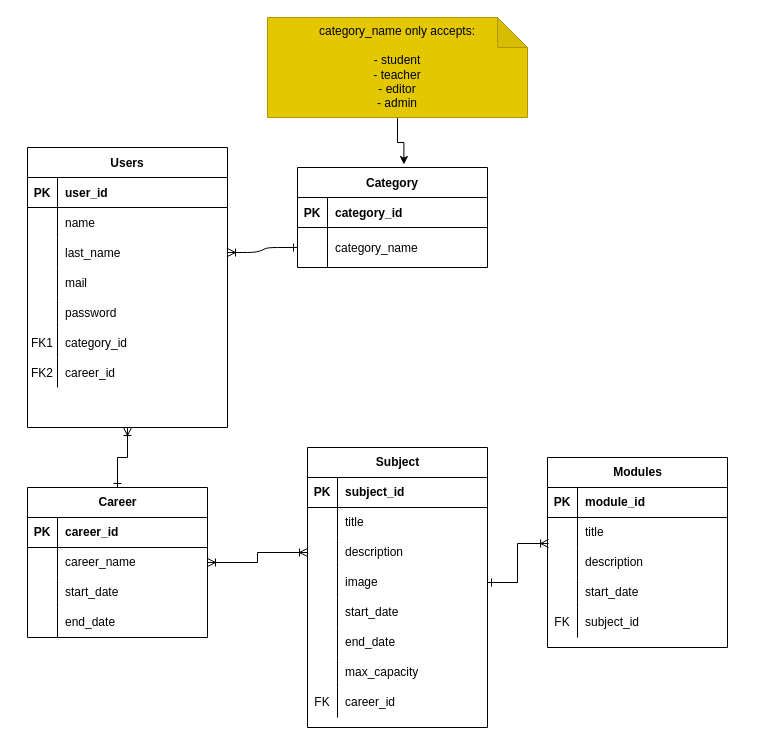
Before: playground.drawio in MilagrosSerrano/SQL, a draw.io diagram. Source tidied: cells renumbered, new cells numbered last; positions are measured from the earlier drawing's top-left corner, leaving out a move shared by most shapes. Both pictures are drawn from the tidied source at 100%, with x=0, y=0 at pixel (27, 17).
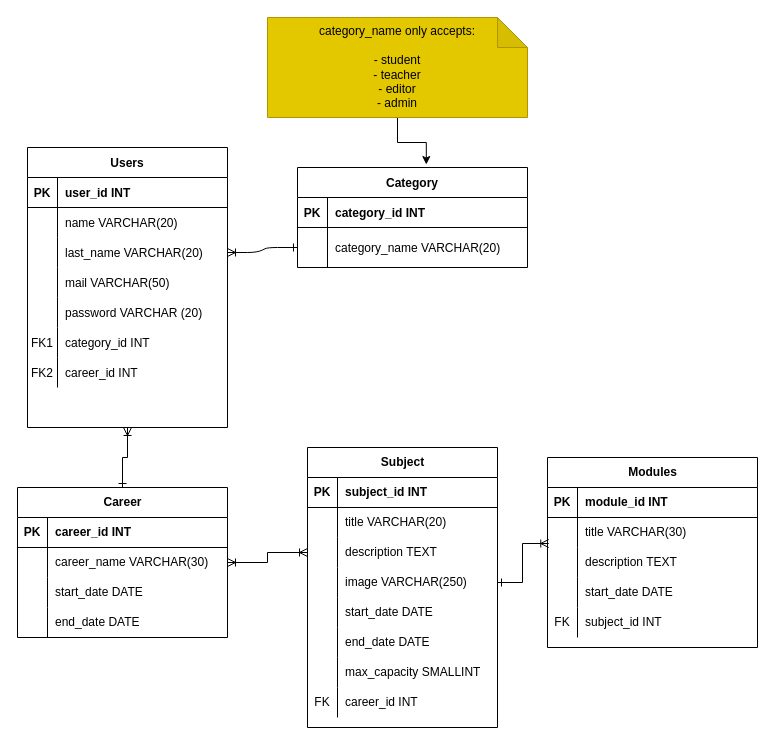
The same page after the edit.

The change refers to these unchanged cells:
```xml
<mxCell id="12" style="shape=partialRectangle;fillColor=none;top=0;left=0;right=0;bottom=1;" parent="11" vertex="1">
  <mxGeometry y="30" width="200" height="30" as="geometry" />
</mxCell>
<mxCell id="15" style="shape=partialRectangle;fillColor=none;top=0;left=0;right=0;bottom=0;" parent="11" vertex="1">
  <mxGeometry y="60" width="200" height="30" as="geometry" />
</mxCell>
<mxCell id="18" style="shape=partialRectangle;fillColor=none;points=[[0,0.5],[1,0.5]];portConstraint=eastwest;top=0;left=0;right=0;bottom=0;" parent="11" vertex="1">
  <mxGeometry y="90" width="200" height="30" as="geometry" />
</mxCell>
<mxCell id="21" style="shape=partialRectangle;fillColor=none;top=0;left=0;right=0;bottom=0;" parent="11" vertex="1">
  <mxGeometry y="120" width="200" height="30" as="geometry" />
</mxCell>
<mxCell id="24" style="shape=partialRectangle;fillColor=none;top=0;left=0;right=0;bottom=0;" parent="11" vertex="1">
  <mxGeometry y="150" width="200" height="30" as="geometry" />
</mxCell>
<mxCell id="27" style="shape=partialRectangle;fillColor=none;top=0;left=0;right=0;bottom=0;" parent="11" vertex="1">
  <mxGeometry y="180" width="200" height="30" as="geometry" />
</mxCell>
<mxCell id="30" style="shape=partialRectangle;fillColor=none;top=0;left=0;right=0;bottom=0;" parent="11" vertex="1">
  <mxGeometry y="210" width="200" height="30" as="geometry" />
</mxCell>
```

Change to the diagram source:
```diff
@@
     <mxCell id="3" value="Category" style="shape=table;startSize=30;childLayout=tableLayout;rowLines=0;fontStyle=1;align=center;" parent="1" vertex="1">
-      <mxGeometry x="270" y="150" width="190" height="100" as="geometry" />
+      <mxGeometry x="270" y="150" width="230" height="100" as="geometry" />
     </mxCell>
     <mxCell id="4" style="shape=partialRectangle;fillColor=none;top=0;left=0;right=0;bottom=1;" parent="3" vertex="1">
-      <mxGeometry y="30" width="190" height="30" as="geometry" />
+      <mxGeometry y="30" width="230" height="30" as="geometry" />
     </mxCell>
@@
-    <mxCell id="6" value="category_id" style="shape=partialRectangle;overflow=hidden;fillColor=none;top=0;left=0;bottom=0;right=0;align=left;spacingLeft=6;fontStyle=1;" parent="4" vertex="1">
-      <mxGeometry x="30" width="160" height="30" as="geometry" />
+    <mxCell id="6" value="category_id INT" style="shape=partialRectangle;overflow=hidden;fillColor=none;top=0;left=0;bottom=0;right=0;align=left;spacingLeft=6;fontStyle=1;" parent="4" vertex="1">
+      <mxGeometry x="30" width="200" height="30" as="geometry" />
     </mxCell>
     <mxCell id="7" style="shape=partialRectangle;fillColor=none;points=[[0,0.5],[1,0.5]];portConstraint=eastwest;top=0;left=0;right=0;bottom=0;" parent="3" vertex="1">
-      <mxGeometry y="60" width="190" height="40" as="geometry" />
+      <mxGeometry y="60" width="230" height="40" as="geometry" />
     </mxCell>
@@
-    <mxCell id="9" value="category_name" style="shape=partialRectangle;overflow=hidden;fillColor=none;top=0;left=0;bottom=0;right=0;align=left;spacingLeft=6;" parent="7" vertex="1">
-      <mxGeometry x="30" width="160" height="40" as="geometry" />
+    <mxCell id="9" value="category_name VARCHAR(20)" style="shape=partialRectangle;overflow=hidden;fillColor=none;top=0;left=0;bottom=0;right=0;align=left;spacingLeft=6;" parent="7" vertex="1">
+      <mxGeometry x="30" width="200" height="40" as="geometry" />
     </mxCell>
@@
-    <mxCell id="14" value="user_id" style="shape=partialRectangle;overflow=hidden;fillColor=none;top=0;left=0;bottom=0;right=0;align=left;spacingLeft=6;fontStyle=1;" parent="12" vertex="1">
+    <mxCell id="14" value="user_id INT" style="shape=partialRectangle;overflow=hidden;fillColor=none;top=0;left=0;bottom=0;right=0;align=left;spacingLeft=6;fontStyle=1;" parent="12" vertex="1">
       <mxGeometry x="30" width="170" height="30" as="geometry" />
     </mxCell>
@@
-    <mxCell id="17" value="name" style="shape=partialRectangle;overflow=hidden;fillColor=none;top=0;left=0;bottom=0;right=0;align=left;spacingLeft=6;" parent="15" vertex="1">
+    <mxCell id="17" value="name VARCHAR(20)" style="shape=partialRectangle;overflow=hidden;fillColor=none;top=0;left=0;bottom=0;right=0;align=left;spacingLeft=6;" parent="15" vertex="1">
       <mxGeometry x="30" width="170" height="30" as="geometry" />
     </mxCell>
@@
-    <mxCell id="20" value="last_name" style="shape=partialRectangle;overflow=hidden;fillColor=none;top=0;left=0;bottom=0;right=0;align=left;spacingLeft=6;" parent="18" vertex="1">
+    <mxCell id="20" value="last_name VARCHAR(20)" style="shape=partialRectangle;overflow=hidden;fillColor=none;top=0;left=0;bottom=0;right=0;align=left;spacingLeft=6;" parent="18" vertex="1">
       <mxGeometry x="30" width="170" height="30" as="geometry" />
     </mxCell>
@@
-    <mxCell id="23" value="mail" style="shape=partialRectangle;overflow=hidden;fillColor=none;top=0;left=0;bottom=0;right=0;align=left;spacingLeft=6;" parent="21" vertex="1">
+    <mxCell id="23" value="mail VARCHAR(50)" style="shape=partialRectangle;overflow=hidden;fillColor=none;top=0;left=0;bottom=0;right=0;align=left;spacingLeft=6;" parent="21" vertex="1">
       <mxGeometry x="30" width="170" height="30" as="geometry" />
     </mxCell>
@@
-    <mxCell id="26" value="password" style="shape=partialRectangle;overflow=hidden;fillColor=none;top=0;left=0;bottom=0;right=0;align=left;spacingLeft=6;" parent="24" vertex="1">
+    <mxCell id="26" value="password VARCHAR (20)" style="shape=partialRectangle;overflow=hidden;fillColor=none;top=0;left=0;bottom=0;right=0;align=left;spacingLeft=6;" parent="24" vertex="1">
       <mxGeometry x="30" width="170" height="30" as="geometry" />
     </mxCell>
@@
-    <mxCell id="29" value="category_id" style="shape=partialRectangle;overflow=hidden;fillColor=none;top=0;left=0;bottom=0;right=0;align=left;spacingLeft=6;" parent="27" vertex="1">
+    <mxCell id="29" value="category_id INT" style="shape=partialRectangle;overflow=hidden;fillColor=none;top=0;left=0;bottom=0;right=0;align=left;spacingLeft=6;" parent="27" vertex="1">
       <mxGeometry x="30" width="170" height="30" as="geometry" />
     </mxCell>
@@
-    <mxCell id="32" value="career_id" style="shape=partialRectangle;overflow=hidden;fillColor=none;top=0;left=0;bottom=0;right=0;align=left;spacingLeft=6;" parent="30" vertex="1">
+    <mxCell id="32" value="career_id INT" style="shape=partialRectangle;overflow=hidden;fillColor=none;top=0;left=0;bottom=0;right=0;align=left;spacingLeft=6;" parent="30" vertex="1">
       <mxGeometry x="30" width="170" height="30" as="geometry" />
     </mxCell>
@@
     <mxCell id="35" value="Career" style="shape=table;startSize=30;childLayout=tableLayout;rowLines=0;fontStyle=1;align=center;html=1;" parent="1" vertex="1">
-      <mxGeometry y="470" width="180" height="150" as="geometry" />
+      <mxGeometry x="-10" y="470" width="210" height="150" as="geometry" />
     </mxCell>
     <mxCell id="36" style="shape=tableRow;horizontal=0;startSize=0;swimlaneHead=0;swimlaneBody=0;fillColor=none;top=0;left=0;right=0;bottom=1;" parent="35" vertex="1">
-      <mxGeometry y="30" width="180" height="30" as="geometry" />
+      <mxGeometry y="30" width="210" height="30" as="geometry" />
     </mxCell>
@@
-    <mxCell id="38" value="career_id" style="shape=partialRectangle;fillColor=none;top=0;left=0;bottom=0;right=0;align=left;spacingLeft=6;fontStyle=1;overflow=hidden;whiteSpace=wrap;html=1;" parent="36" vertex="1">
-      <mxGeometry x="30" width="150" height="30" as="geometry" />
+    <mxCell id="38" value="career_id INT" style="shape=partialRectangle;fillColor=none;top=0;left=0;bottom=0;right=0;align=left;spacingLeft=6;fontStyle=1;overflow=hidden;whiteSpace=wrap;html=1;" parent="36" vertex="1">
+      <mxGeometry x="30" width="180" height="30" as="geometry" />
     </mxCell>
     <mxCell id="39" style="shape=tableRow;horizontal=0;startSize=0;swimlaneHead=0;swimlaneBody=0;fillColor=none;points=[[0,0.5],[1,0.5]];portConstraint=eastwest;top=0;left=0;right=0;bottom=0;" parent="35" vertex="1">
-      <mxGeometry y="60" width="180" height="30" as="geometry" />
+      <mxGeometry y="60" width="210" height="30" as="geometry" />
     </mxCell>
@@
-    <mxCell id="41" value="career_name" style="shape=partialRectangle;fillColor=none;top=0;left=0;bottom=0;right=0;align=left;spacingLeft=6;overflow=hidden;whiteSpace=wrap;html=1;" parent="39" vertex="1">
-      <mxGeometry x="30" width="150" height="30" as="geometry" />
+    <mxCell id="41" value="career_name VARCHAR(30)" style="shape=partialRectangle;fillColor=none;top=0;left=0;bottom=0;right=0;align=left;spacingLeft=6;overflow=hidden;whiteSpace=wrap;html=1;" parent="39" vertex="1">
+      <mxGeometry x="30" width="180" height="30" as="geometry" />
     </mxCell>
     <mxCell id="42" style="shape=tableRow;horizontal=0;startSize=0;swimlaneHead=0;swimlaneBody=0;fillColor=none;top=0;left=0;right=0;bottom=0;" parent="35" vertex="1">
-      <mxGeometry y="90" width="180" height="30" as="geometry" />
+      <mxGeometry y="90" width="210" height="30" as="geometry" />
     </mxCell>
@@
-    <mxCell id="44" value="start_date" style="shape=partialRectangle;fillColor=none;top=0;left=0;bottom=0;right=0;align=left;spacingLeft=6;overflow=hidden;whiteSpace=wrap;html=1;" parent="42" vertex="1">
-      <mxGeometry x="30" width="150" height="30" as="geometry" />
+    <mxCell id="44" value="start_date DATE" style="shape=partialRectangle;fillColor=none;top=0;left=0;bottom=0;right=0;align=left;spacingLeft=6;overflow=hidden;whiteSpace=wrap;html=1;" parent="42" vertex="1">
+      <mxGeometry x="30" width="180" height="30" as="geometry" />
     </mxCell>
     <mxCell id="45" style="shape=tableRow;horizontal=0;startSize=0;swimlaneHead=0;swimlaneBody=0;fillColor=none;top=0;left=0;right=0;bottom=0;" parent="35" vertex="1">
-      <mxGeometry y="120" width="180" height="30" as="geometry" />
+      <mxGeometry y="120" width="210" height="30" as="geometry" />
     </mxCell>
@@
-    <mxCell id="47" value="end_date" style="shape=partialRectangle;fillColor=none;top=0;left=0;bottom=0;right=0;align=left;spacingLeft=6;overflow=hidden;whiteSpace=wrap;html=1;" parent="45" vertex="1">
-      <mxGeometry x="30" width="150" height="30" as="geometry" />
+    <mxCell id="47" value="end_date DATE" style="shape=partialRectangle;fillColor=none;top=0;left=0;bottom=0;right=0;align=left;spacingLeft=6;overflow=hidden;whiteSpace=wrap;html=1;" parent="45" vertex="1">
+      <mxGeometry x="30" width="180" height="30" as="geometry" />
     </mxCell>
     <mxCell id="48" value="Subject" style="shape=table;startSize=30;childLayout=tableLayout;rowLines=0;fontStyle=1;align=center;html=1;" parent="1" vertex="1">
-      <mxGeometry x="280" y="430" width="180" height="280" as="geometry" />
+      <mxGeometry x="280" y="430" width="190" height="280" as="geometry" />
     </mxCell>
     <mxCell id="49" style="shape=tableRow;horizontal=0;startSize=0;swimlaneHead=0;swimlaneBody=0;fillColor=none;top=0;left=0;right=0;bottom=1;" parent="48" vertex="1">
-      <mxGeometry y="30" width="180" height="30" as="geometry" />
+      <mxGeometry y="30" width="190" height="30" as="geometry" />
     </mxCell>
@@
-    <mxCell id="51" value="subject_id" style="shape=partialRectangle;fillColor=none;top=0;left=0;bottom=0;right=0;align=left;spacingLeft=6;fontStyle=1;overflow=hidden;whiteSpace=wrap;html=1;" parent="49" vertex="1">
-      <mxGeometry x="30" width="150" height="30" as="geometry" />
+    <mxCell id="51" value="subject_id INT" style="shape=partialRectangle;fillColor=none;top=0;left=0;bottom=0;right=0;align=left;spacingLeft=6;fontStyle=1;overflow=hidden;whiteSpace=wrap;html=1;" parent="49" vertex="1">
+      <mxGeometry x="30" width="160" height="30" as="geometry" />
     </mxCell>
     <mxCell id="52" style="shape=tableRow;horizontal=0;startSize=0;swimlaneHead=0;swimlaneBody=0;fillColor=none;top=0;left=0;right=0;bottom=0;" parent="48" vertex="1">
-      <mxGeometry y="60" width="180" height="30" as="geometry" />
+      <mxGeometry y="60" width="190" height="30" as="geometry" />
     </mxCell>
@@
-    <mxCell id="54" value="title" style="shape=partialRectangle;fillColor=none;top=0;left=0;bottom=0;right=0;align=left;spacingLeft=6;overflow=hidden;whiteSpace=wrap;html=1;" parent="52" vertex="1">
-      <mxGeometry x="30" width="150" height="30" as="geometry" />
+    <mxCell id="54" value="title VARCHAR(20)" style="shape=partialRectangle;fillColor=none;top=0;left=0;bottom=0;right=0;align=left;spacingLeft=6;overflow=hidden;whiteSpace=wrap;html=1;" parent="52" vertex="1">
+      <mxGeometry x="30" width="160" height="30" as="geometry" />
     </mxCell>
     <mxCell id="55" style="shape=tableRow;horizontal=0;startSize=0;swimlaneHead=0;swimlaneBody=0;fillColor=none;points=[[0,0.5],[1,0.5]];portConstraint=eastwest;top=0;left=0;right=0;bottom=0;" parent="48" vertex="1">
-      <mxGeometry y="90" width="180" height="30" as="geometry" />
+      <mxGeometry y="90" width="190" height="30" as="geometry" />
     </mxCell>
@@
-    <mxCell id="57" value="description" style="shape=partialRectangle;fillColor=none;top=0;left=0;bottom=0;right=0;align=left;spacingLeft=6;overflow=hidden;whiteSpace=wrap;html=1;" parent="55" vertex="1">
-      <mxGeometry x="30" width="150" height="30" as="geometry" />
+    <mxCell id="57" value="description TEXT" style="shape=partialRectangle;fillColor=none;top=0;left=0;bottom=0;right=0;align=left;spacingLeft=6;overflow=hidden;whiteSpace=wrap;html=1;" parent="55" vertex="1">
+      <mxGeometry x="30" width="160" height="30" as="geometry" />
     </mxCell>
     <mxCell id="58" style="shape=tableRow;horizontal=0;startSize=0;swimlaneHead=0;swimlaneBody=0;fillColor=none;points=[[0,0.5],[1,0.5]];portConstraint=eastwest;top=0;left=0;right=0;bottom=0;" parent="48" vertex="1">
-      <mxGeometry y="120" width="180" height="30" as="geometry" />
+      <mxGeometry y="120" width="190" height="30" as="geometry" />
     </mxCell>
@@
-    <mxCell id="60" value="image" style="shape=partialRectangle;fillColor=none;top=0;left=0;bottom=0;right=0;align=left;spacingLeft=6;overflow=hidden;whiteSpace=wrap;html=1;" parent="58" vertex="1">
-      <mxGeometry x="30" width="150" height="30" as="geometry" />
+    <mxCell id="60" value="image VARCHAR(250)" style="shape=partialRectangle;fillColor=none;top=0;left=0;bottom=0;right=0;align=left;spacingLeft=6;overflow=hidden;whiteSpace=wrap;html=1;" parent="58" vertex="1">
+      <mxGeometry x="30" width="160" height="30" as="geometry" />
     </mxCell>
     <mxCell id="61" style="shape=tableRow;horizontal=0;startSize=0;swimlaneHead=0;swimlaneBody=0;fillColor=none;top=0;left=0;right=0;bottom=0;" parent="48" vertex="1">
-      <mxGeometry y="150" width="180" height="30" as="geometry" />
+      <mxGeometry y="150" width="190" height="30" as="geometry" />
     </mxCell>
@@
-    <mxCell id="63" value="start_date" style="shape=partialRectangle;fillColor=none;top=0;left=0;bottom=0;right=0;align=left;spacingLeft=6;overflow=hidden;whiteSpace=wrap;html=1;" parent="61" vertex="1">
-      <mxGeometry x="30" width="150" height="30" as="geometry" />
+    <mxCell id="63" value="start_date DATE" style="shape=partialRectangle;fillColor=none;top=0;left=0;bottom=0;right=0;align=left;spacingLeft=6;overflow=hidden;whiteSpace=wrap;html=1;" parent="61" vertex="1">
+      <mxGeometry x="30" width="160" height="30" as="geometry" />
     </mxCell>
     <mxCell id="64" style="shape=tableRow;horizontal=0;startSize=0;swimlaneHead=0;swimlaneBody=0;fillColor=none;top=0;left=0;right=0;bottom=0;" parent="48" vertex="1">
-      <mxGeometry y="180" width="180" height="30" as="geometry" />
+      <mxGeometry y="180" width="190" height="30" as="geometry" />
     </mxCell>
@@
-    <mxCell id="66" value="end_date" style="shape=partialRectangle;fillColor=none;top=0;left=0;bottom=0;right=0;align=left;spacingLeft=6;overflow=hidden;whiteSpace=wrap;html=1;" parent="64" vertex="1">
-      <mxGeometry x="30" width="150" height="30" as="geometry" />
+    <mxCell id="66" value="end_date DATE" style="shape=partialRectangle;fillColor=none;top=0;left=0;bottom=0;right=0;align=left;spacingLeft=6;overflow=hidden;whiteSpace=wrap;html=1;" parent="64" vertex="1">
+      <mxGeometry x="30" width="160" height="30" as="geometry" />
     </mxCell>
     <mxCell id="67" style="shape=tableRow;horizontal=0;startSize=0;swimlaneHead=0;swimlaneBody=0;fillColor=none;top=0;left=0;right=0;bottom=0;" parent="48" vertex="1">
-      <mxGeometry y="210" width="180" height="30" as="geometry" />
+      <mxGeometry y="210" width="190" height="30" as="geometry" />
     </mxCell>
@@
-    <mxCell id="69" value="max_capacity" style="shape=partialRectangle;fillColor=none;top=0;left=0;bottom=0;right=0;align=left;spacingLeft=6;overflow=hidden;whiteSpace=wrap;html=1;" parent="67" vertex="1">
-      <mxGeometry x="30" width="150" height="30" as="geometry" />
+    <mxCell id="69" value="max_capacity SMALLINT" style="shape=partialRectangle;fillColor=none;top=0;left=0;bottom=0;right=0;align=left;spacingLeft=6;overflow=hidden;whiteSpace=wrap;html=1;" parent="67" vertex="1">
+      <mxGeometry x="30" width="160" height="30" as="geometry" />
     </mxCell>
     <mxCell id="70" style="shape=tableRow;horizontal=0;startSize=0;swimlaneHead=0;swimlaneBody=0;fillColor=none;top=0;left=0;right=0;bottom=0;" parent="48" vertex="1">
-      <mxGeometry y="240" width="180" height="30" as="geometry" />
+      <mxGeometry y="240" width="190" height="30" as="geometry" />
     </mxCell>
@@
-    <mxCell id="72" value="career_id" style="shape=partialRectangle;fillColor=none;top=0;left=0;bottom=0;right=0;align=left;spacingLeft=6;overflow=hidden;whiteSpace=wrap;html=1;" parent="70" vertex="1">
-      <mxGeometry x="30" width="150" height="30" as="geometry" />
+    <mxCell id="72" value="career_id INT" style="shape=partialRectangle;fillColor=none;top=0;left=0;bottom=0;right=0;align=left;spacingLeft=6;overflow=hidden;whiteSpace=wrap;html=1;" parent="70" vertex="1">
+      <mxGeometry x="30" width="160" height="30" as="geometry" />
     </mxCell>
@@
     <mxCell id="74" value="Modules" style="shape=table;startSize=30;childLayout=tableLayout;rowLines=0;fontStyle=1;align=center;html=1;" parent="1" vertex="1">
-      <mxGeometry x="520" y="440" width="180" height="190" as="geometry" />
+      <mxGeometry x="520" y="440" width="210" height="190" as="geometry" />
     </mxCell>
     <mxCell id="75" style="shape=tableRow;horizontal=0;startSize=0;swimlaneHead=0;swimlaneBody=0;fillColor=none;top=0;left=0;right=0;bottom=1;" parent="74" vertex="1">
-      <mxGeometry y="30" width="180" height="30" as="geometry" />
+      <mxGeometry y="30" width="210" height="30" as="geometry" />
     </mxCell>
@@
-    <mxCell id="77" value="module_id" style="shape=partialRectangle;fillColor=none;top=0;left=0;bottom=0;right=0;align=left;spacingLeft=6;fontStyle=1;overflow=hidden;whiteSpace=wrap;html=1;" parent="75" vertex="1">
-      <mxGeometry x="30" width="150" height="30" as="geometry" />
+    <mxCell id="77" value="module_id INT" style="shape=partialRectangle;fillColor=none;top=0;left=0;bottom=0;right=0;align=left;spacingLeft=6;fontStyle=1;overflow=hidden;whiteSpace=wrap;html=1;" parent="75" vertex="1">
+      <mxGeometry x="30" width="180" height="30" as="geometry" />
     </mxCell>
     <mxCell id="78" style="shape=tableRow;horizontal=0;startSize=0;swimlaneHead=0;swimlaneBody=0;fillColor=none;points=[[0,0.5],[1,0.5]];portConstraint=eastwest;top=0;left=0;right=0;bottom=0;" parent="74" vertex="1">
-      <mxGeometry y="60" width="180" height="30" as="geometry" />
+      <mxGeometry y="60" width="210" height="30" as="geometry" />
     </mxCell>
@@
-    <mxCell id="80" value="title" style="shape=partialRectangle;fillColor=none;top=0;left=0;bottom=0;right=0;align=left;spacingLeft=6;overflow=hidden;whiteSpace=wrap;html=1;" parent="78" vertex="1">
-      <mxGeometry x="30" width="150" height="30" as="geometry" />
+    <mxCell id="80" value="title VARCHAR(30)" style="shape=partialRectangle;fillColor=none;top=0;left=0;bottom=0;right=0;align=left;spacingLeft=6;overflow=hidden;whiteSpace=wrap;html=1;" parent="78" vertex="1">
+      <mxGeometry x="30" width="180" height="30" as="geometry" />
     </mxCell>
     <mxCell id="81" style="shape=tableRow;horizontal=0;startSize=0;swimlaneHead=0;swimlaneBody=0;fillColor=none;top=0;left=0;right=0;bottom=0;" parent="74" vertex="1">
-      <mxGeometry y="90" width="180" height="30" as="geometry" />
+      <mxGeometry y="90" width="210" height="30" as="geometry" />
     </mxCell>
@@
-    <mxCell id="83" value="description" style="shape=partialRectangle;fillColor=none;top=0;left=0;bottom=0;right=0;align=left;spacingLeft=6;overflow=hidden;whiteSpace=wrap;html=1;" parent="81" vertex="1">
-      <mxGeometry x="30" width="150" height="30" as="geometry" />
+    <mxCell id="83" value="description TEXT" style="shape=partialRectangle;fillColor=none;top=0;left=0;bottom=0;right=0;align=left;spacingLeft=6;overflow=hidden;whiteSpace=wrap;html=1;" parent="81" vertex="1">
+      <mxGeometry x="30" width="180" height="30" as="geometry" />
     </mxCell>
     <mxCell id="84" style="shape=tableRow;horizontal=0;startSize=0;swimlaneHead=0;swimlaneBody=0;fillColor=none;top=0;left=0;right=0;bottom=0;" parent="74" vertex="1">
-      <mxGeometry y="120" width="180" height="30" as="geometry" />
+      <mxGeometry y="120" width="210" height="30" as="geometry" />
     </mxCell>
@@
-    <mxCell id="86" value="start_date" style="shape=partialRectangle;fillColor=none;top=0;left=0;bottom=0;right=0;align=left;spacingLeft=6;overflow=hidden;whiteSpace=wrap;html=1;" parent="84" vertex="1">
-      <mxGeometry x="30" width="150" height="30" as="geometry" />
+    <mxCell id="86" value="start_date DATE" style="shape=partialRectangle;fillColor=none;top=0;left=0;bottom=0;right=0;align=left;spacingLeft=6;overflow=hidden;whiteSpace=wrap;html=1;" parent="84" vertex="1">
+      <mxGeometry x="30" width="180" height="30" as="geometry" />
     </mxCell>
     <mxCell id="87" style="shape=tableRow;horizontal=0;startSize=0;swimlaneHead=0;swimlaneBody=0;fillColor=none;top=0;left=0;right=0;bottom=0;" parent="74" vertex="1">
-      <mxGeometry y="150" width="180" height="30" as="geometry" />
+      <mxGeometry y="150" width="210" height="30" as="geometry" />
     </mxCell>
@@
-    <mxCell id="89" value="subject_id" style="shape=partialRectangle;fillColor=none;top=0;left=0;bottom=0;right=0;align=left;spacingLeft=6;overflow=hidden;whiteSpace=wrap;html=1;" parent="87" vertex="1">
-      <mxGeometry x="30" width="150" height="30" as="geometry" />
+    <mxCell id="89" value="subject_id INT" style="shape=partialRectangle;fillColor=none;top=0;left=0;bottom=0;right=0;align=left;spacingLeft=6;overflow=hidden;whiteSpace=wrap;html=1;" parent="87" vertex="1">
+      <mxGeometry x="30" width="180" height="30" as="geometry" />
     </mxCell>
```
